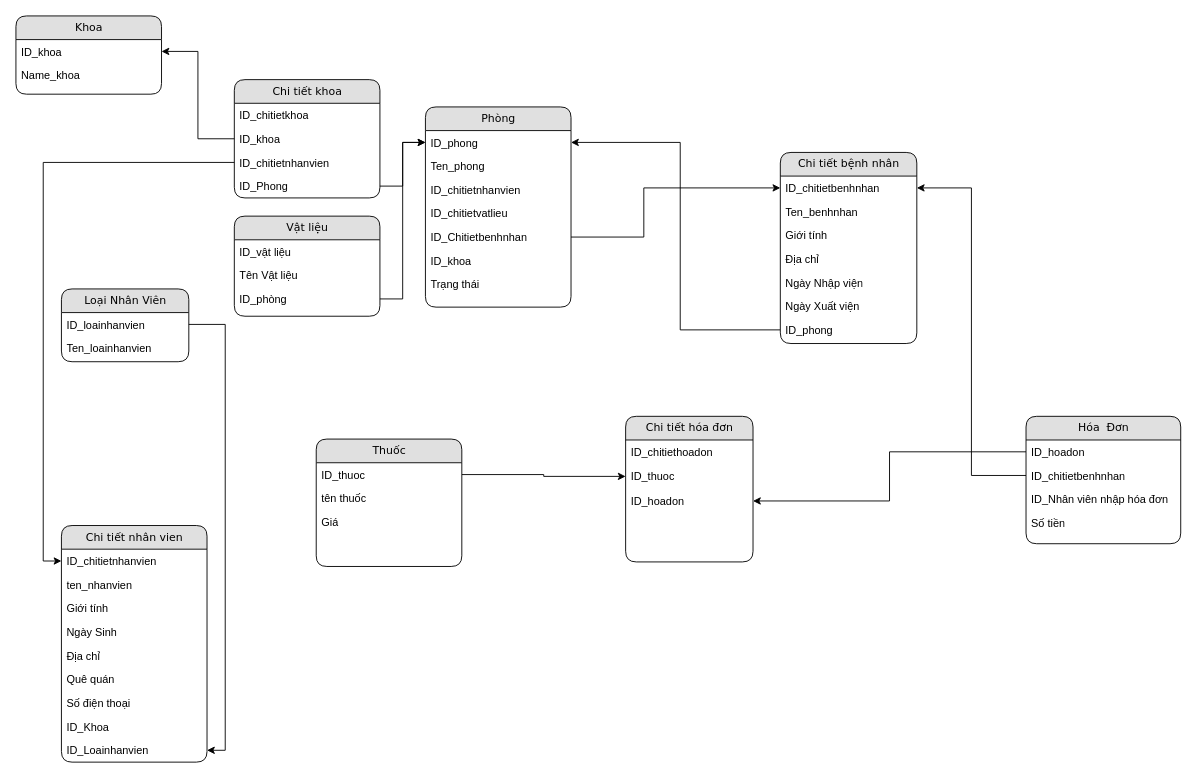
Before: Untitled Diagram.drawio in lethanhdat12/hospitalManager, a draw.io diagram. Source tidied: cells renumbered, new cells numbered last; positions are measured from the earlier drawing's top-left corner, leaving out a move shared by most shapes. Both pictures are drawn from the tidied source at 91%, with x=0, y=0 at pixel (15, 15).
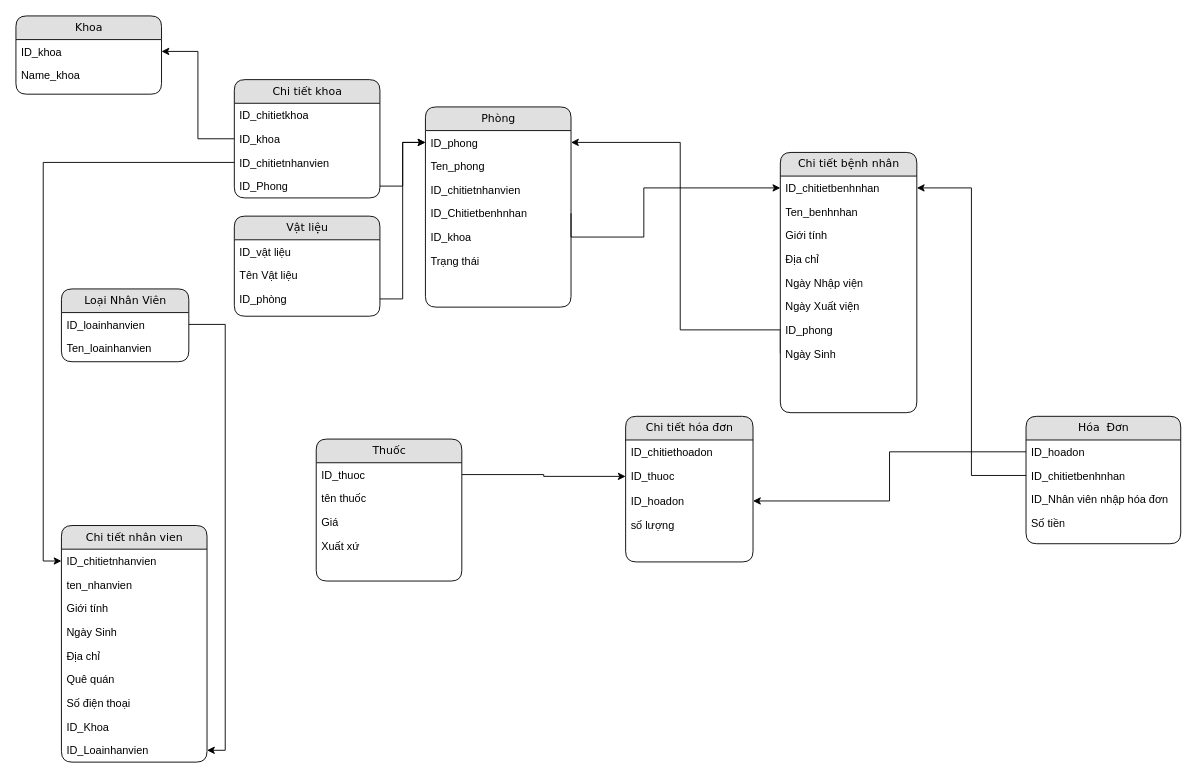
The same page after the edit.

The change refers to these unchanged cells:
```xml
<mxCell id="2" value="Phòng" style="swimlane;html=1;fontStyle=0;horizontal=1;startSize=26;fillColor=#e0e0e0;swimlaneFillColor=#ffffff;align=center;rounded=1;shadow=0;comic=0;labelBackgroundColor=none;strokeWidth=1;fontFamily=Verdana;fontSize=12;" parent="1" vertex="1">
  <mxGeometry x="450" y="100" width="160" height="220" as="geometry" />
</mxCell>
<mxCell id="3" value="ID_phong" style="text;html=1;strokeColor=none;fillColor=none;spacingLeft=4;spacingRight=4;whiteSpace=wrap;overflow=hidden;points=[[0,0.5],[1,0.5]];portConstraint=eastwest;" parent="2" vertex="1">
  <mxGeometry y="26" width="160" height="26" as="geometry" />
</mxCell>
<mxCell id="49" value="ID_phong" style="text;html=1;strokeColor=none;fillColor=none;spacingLeft=4;spacingRight=4;whiteSpace=wrap;overflow=hidden;points=[[0,0.5],[1,0.5]];portConstraint=eastwest;" parent="42" vertex="1">
  <mxGeometry y="182" width="150" height="26" as="geometry" />
</mxCell>
<mxCell id="50" value="Chi tiết hóa đơn" style="swimlane;html=1;fontStyle=0;horizontal=1;startSize=26;fillColor=#e0e0e0;swimlaneFillColor=#ffffff;align=center;rounded=1;shadow=0;comic=0;labelBackgroundColor=none;strokeWidth=1;fontFamily=Verdana;fontSize=12;" parent="1" vertex="1">
  <mxGeometry x="670" y="440" width="140" height="160" as="geometry" />
</mxCell>
```

Change to the diagram source:
```diff
@@
-    <mxCell id="6" value="ID_chitietvatlieu" style="text;html=1;strokeColor=none;fillColor=none;spacingLeft=4;spacingRight=4;whiteSpace=wrap;overflow=hidden;" parent="2" vertex="1">
-      <mxGeometry y="104" width="160" height="26" as="geometry" />
-    </mxCell>
     <mxCell id="7" value="&lt;div&gt;ID_Chitietbenhnhan&lt;/div&gt;&lt;div&gt;&lt;br&gt;&lt;/div&gt;" style="text;html=1;strokeColor=none;fillColor=none;spacingLeft=4;spacingRight=4;whiteSpace=wrap;overflow=hidden;points=[[0,0.5],[1,0.5]];portConstraint=eastwest;" parent="2" vertex="1">
-      <mxGeometry y="130" width="160" height="26" as="geometry" />
+      <mxGeometry y="104" width="160" height="26" as="geometry" />
     </mxCell>
     <mxCell id="8" value="&lt;div&gt;ID_khoa&lt;/div&gt;&lt;div&gt;&lt;br&gt;&lt;/div&gt;" style="text;html=1;strokeColor=none;fillColor=none;spacingLeft=4;spacingRight=4;whiteSpace=wrap;overflow=hidden;" parent="2" vertex="1">
-      <mxGeometry y="156" width="160" height="26" as="geometry" />
+      <mxGeometry y="130" width="160" height="26" as="geometry" />
     </mxCell>
     <mxCell id="9" value="&lt;div&gt;Trạng thái&lt;br&gt;&lt;/div&gt;" style="text;html=1;strokeColor=none;fillColor=none;spacingLeft=4;spacingRight=4;whiteSpace=wrap;overflow=hidden;" parent="2" vertex="1">
-      <mxGeometry y="182" width="160" height="26" as="geometry" />
+      <mxGeometry y="156" width="160" height="26" as="geometry" />
     </mxCell>
@@
-    <mxCell id="41" style="edgeStyle=orthogonalEdgeStyle;rounded=0;jettySize=auto;html=1;exitX=0;exitY=0.5;exitDx=0;exitDy=0;entryX=1;entryY=0.5;entryDx=0;entryDy=0;" parent="1" edge="1" source="49" target="3">
+    <mxCell id="41" style="edgeStyle=orthogonalEdgeStyle;rounded=0;jettySize=auto;html=1;exitX=0;exitY=0.5;exitDx=0;exitDy=0;entryX=1;entryY=0.5;entryDx=0;entryDy=0;" parent="1" edge="1" target="3">
       <mxGeometry relative="1" as="geometry">
+        <mxPoint x="840" y="371" as="sourcePoint" />
         <Array as="points">
           <mxPoint x="730" y="345" />
           <mxPoint x="730" y="139" />
         </Array>
       </mxGeometry>
     </mxCell>
     <mxCell id="42" value="Chi tiết bệnh nhân" style="swimlane;html=1;fontStyle=0;horizontal=1;startSize=26;fillColor=#e0e0e0;swimlaneFillColor=#ffffff;align=center;rounded=1;shadow=0;comic=0;labelBackgroundColor=none;strokeWidth=1;fontFamily=Verdana;fontSize=12;" parent="1" vertex="1">
-      <mxGeometry x="840" y="150" width="150" height="210" as="geometry" />
+      <mxGeometry x="840" y="150" width="150" height="286" as="geometry" />
     </mxCell>
@@
+    <mxCell id="66" value="Ngày Sinh" style="text;html=1;strokeColor=none;fillColor=none;spacingLeft=4;spacingRight=4;whiteSpace=wrap;overflow=hidden;" parent="42" vertex="1">
+      <mxGeometry y="208" width="150" height="26" as="geometry" />
+    </mxCell>
@@
+    <mxCell id="67" value="số lượng" style="text;html=1;strokeColor=none;fillColor=none;spacingLeft=4;spacingRight=4;whiteSpace=wrap;overflow=hidden;" parent="50" vertex="1">
+      <mxGeometry y="106" width="140" height="26" as="geometry" />
+    </mxCell>
@@
     <mxCell id="62" value="Thuốc" style="swimlane;html=1;fontStyle=0;horizontal=1;startSize=26;fillColor=#e0e0e0;swimlaneFillColor=#ffffff;align=center;rounded=1;shadow=0;comic=0;labelBackgroundColor=none;strokeWidth=1;fontFamily=Verdana;fontSize=12;" parent="1" vertex="1">
-      <mxGeometry x="330" y="465" width="160" height="140" as="geometry" />
+      <mxGeometry x="330" y="465" width="160" height="156" as="geometry" />
     </mxCell>
@@
+    <mxCell id="68" value="Xuất xứ" style="text;html=1;strokeColor=none;fillColor=none;spacingLeft=4;spacingRight=4;whiteSpace=wrap;overflow=hidden;" parent="62" vertex="1">
+      <mxGeometry y="104" width="160" height="26" as="geometry" />
+    </mxCell>
```
